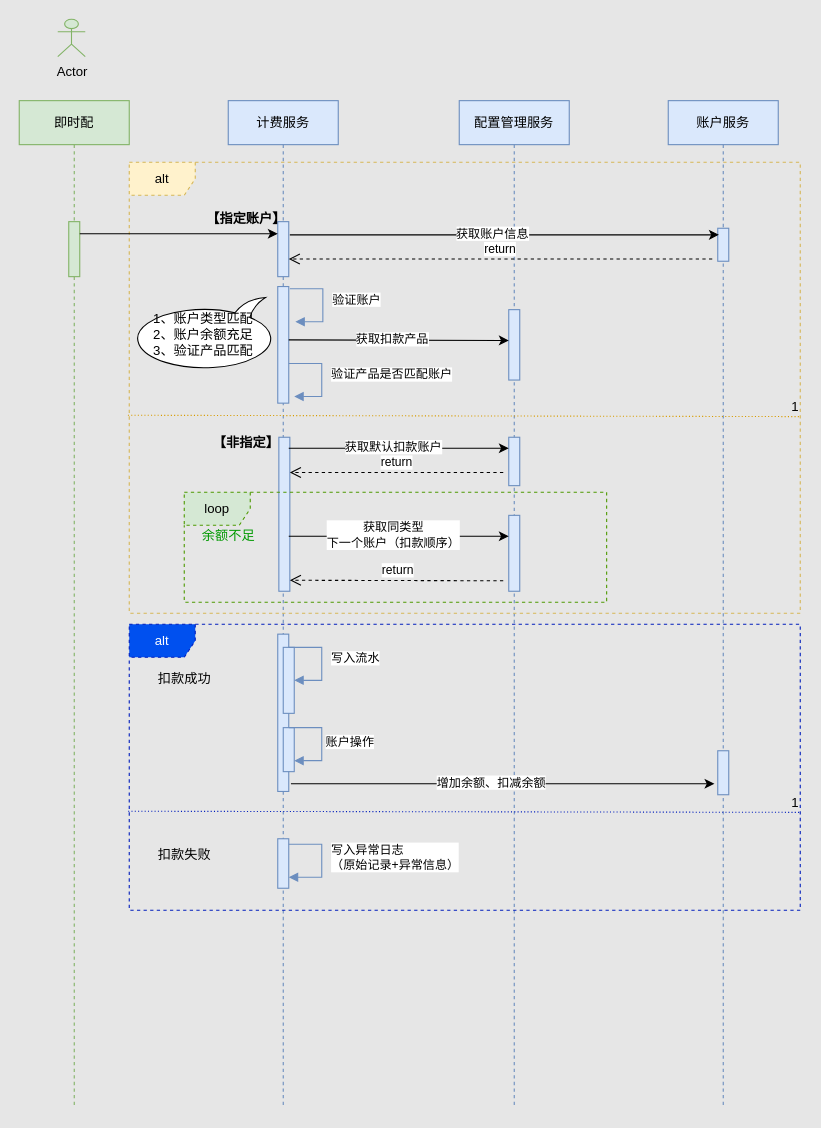
Before: page "计费 的副本" (5 of 8) of 订单业务架构.drawio in unclequentin/diagrams, a draw.io diagram. Source tidied: cells renumbered, new cells numbered last; positions are measured from the earlier drawing's top-left corner, leaving out a move shared by most shapes. Both pictures are drawn from the tidied source at 110%, with x=0, y=0 at pixel (19, 19).
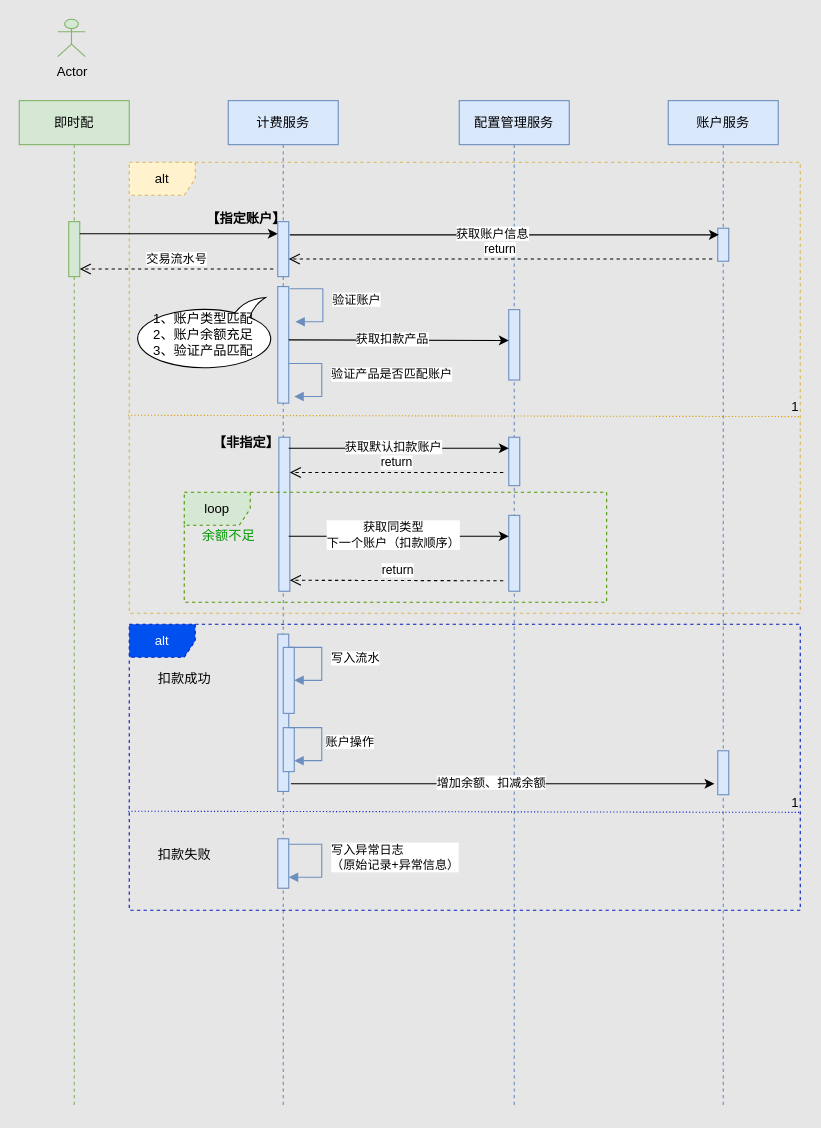
The same diagram, later.

The change refers to these unchanged cells:
```xml
<mxCell id="3" style="html=1;points=[];perimeter=orthogonalPerimeter;outlineConnect=0;targetShapes=umlLifeline;portConstraint=eastwest;newEdgeStyle={&quot;edgeStyle&quot;:&quot;elbowEdgeStyle&quot;,&quot;elbow&quot;:&quot;vertical&quot;,&quot;curved&quot;:0,&quot;rounded&quot;:0};fillColor=#d5e8d4;strokeColor=#82b366;" parent="2" vertex="1">
  <mxGeometry x="45" y="110" width="10" height="50" as="geometry" />
</mxCell>
```

The edit, as a diff of the source:
```diff
@@
+    <mxCell id="52" value="交易流水号" style="html=1;verticalAlign=bottom;endArrow=open;dashed=1;endSize=8;edgeStyle=elbowEdgeStyle;elbow=vertical;curved=0;rounded=0;" parent="1" edge="1" target="3">
+      <mxGeometry relative="1" as="geometry">
+        <mxPoint x="231" y="227" as="sourcePoint" />
+      </mxGeometry>
+    </mxCell>
```
